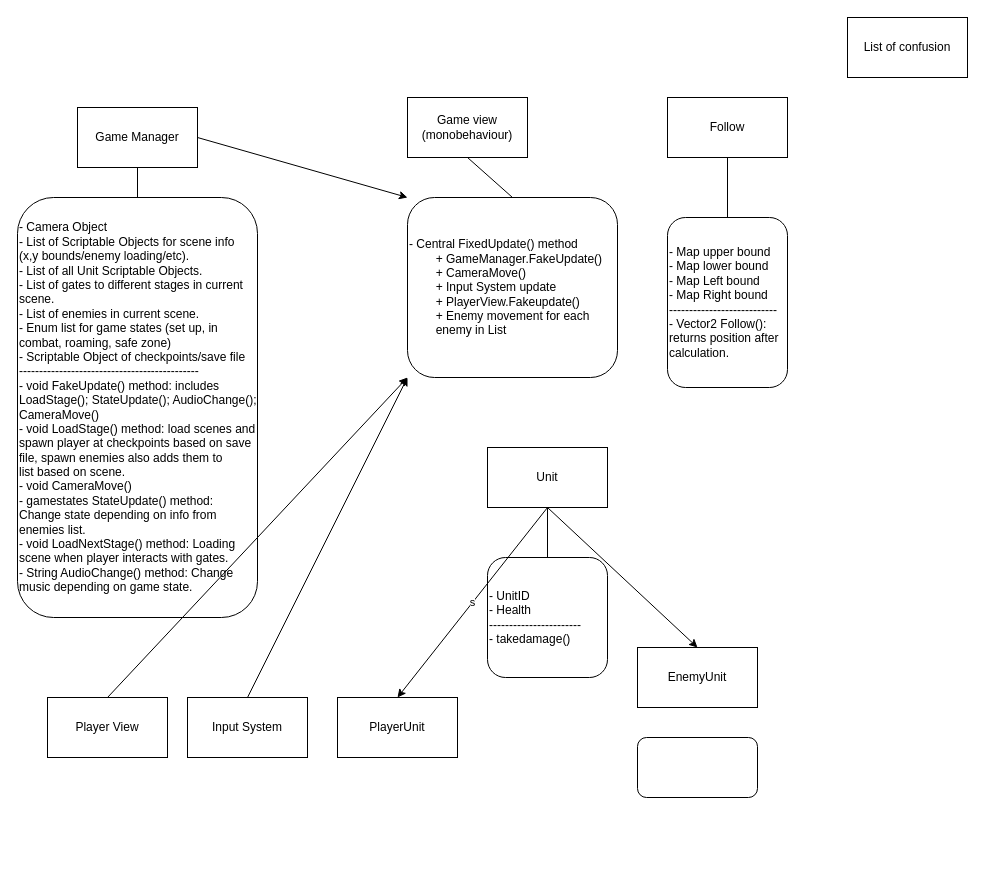
Earlier version of the draw.io diagram Untitled Diagram.drawio (critschris/Attempt-at-Hollow-knight). Source tidied: cells renumbered, new cells numbered last; positions are measured from the earlier drawing's top-left corner, leaving out a move shared by most shapes. Both pictures are drawn from the tidied source at 100%, with x=0, y=0 at pixel (17, 17).
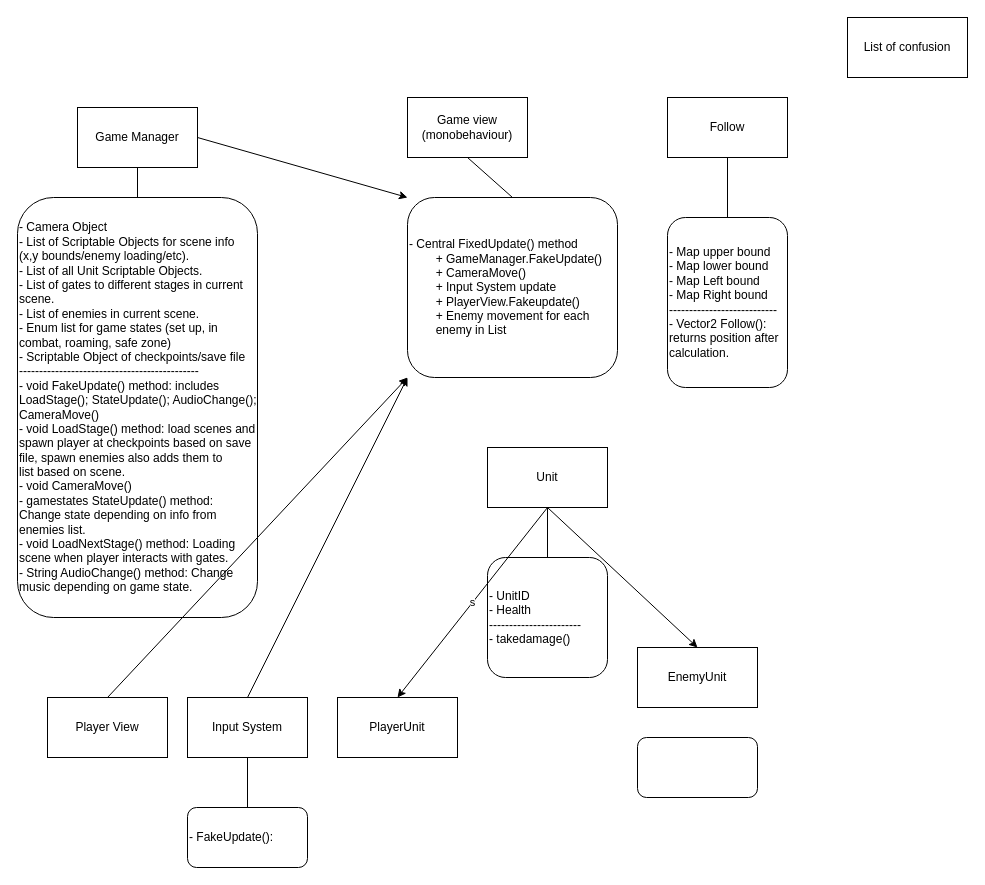
After the change.

Unchanged cells that the change refers to:
```xml
<mxCell id="22" value="Input System" style="rounded=0;whiteSpace=wrap;html=1;" parent="1" vertex="1">
  <mxGeometry x="170" y="680" width="120" height="60" as="geometry" />
</mxCell>
```

What changed in the source:
```diff
@@
+    <mxCell id="25" value="- FakeUpdate():&amp;nbsp;" style="rounded=1;whiteSpace=wrap;html=1;align=left;" parent="1" vertex="1">
+      <mxGeometry x="170" y="790" width="120" height="60" as="geometry" />
+    </mxCell>
+    <mxCell id="26" style="endArrow=none;html=1;rounded=0;exitX=0.5;exitY=0;exitDx=0;exitDy=0;entryX=0.5;entryY=1;entryDx=0;entryDy=0;" parent="1" edge="1" source="25" target="22">
+      <mxGeometry relative="1" as="geometry" />
+    </mxCell>
```
